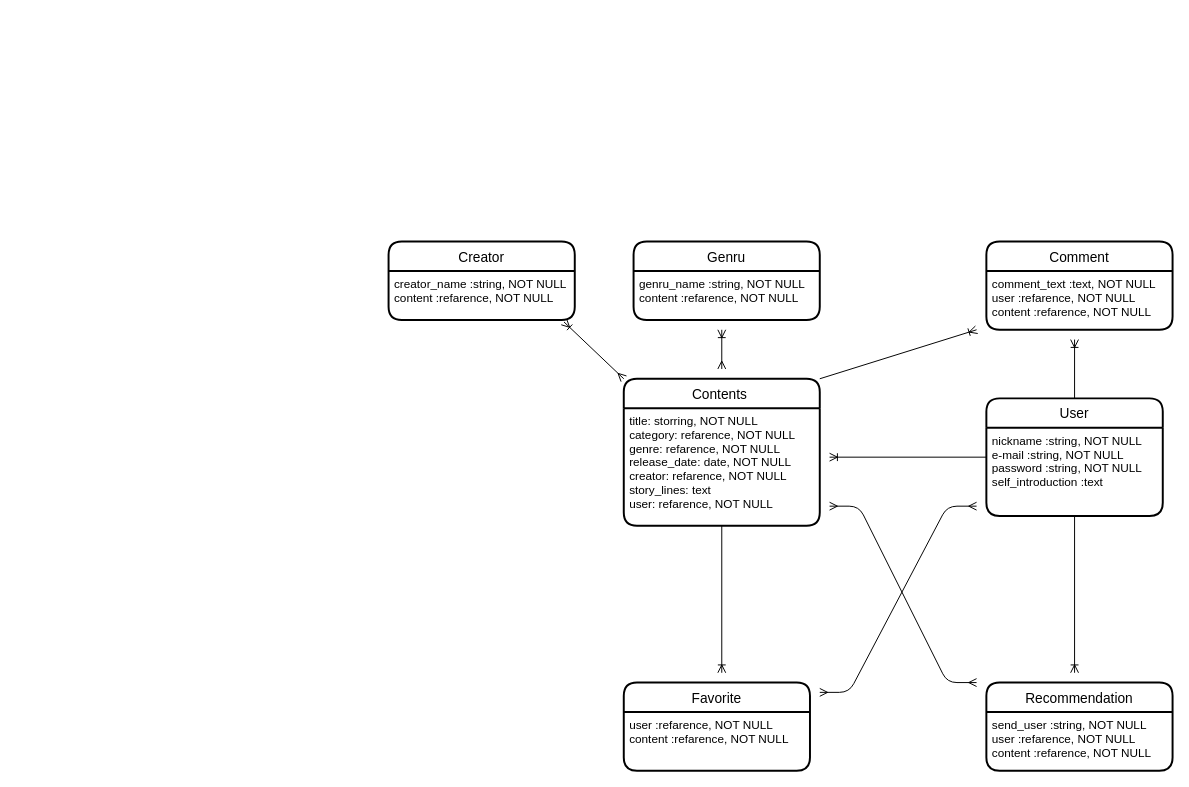
This is otone.dio from kzykH1015/otone-app-38139, a draw.io file, before an edit. Source tidied: cells renumbered, new cells numbered last; positions are measured from the earlier drawing's top-left corner, leaving out a move shared by most shapes. Both pictures are drawn from the tidied source at 98%, with x=0, y=0 at pixel (388, 241).
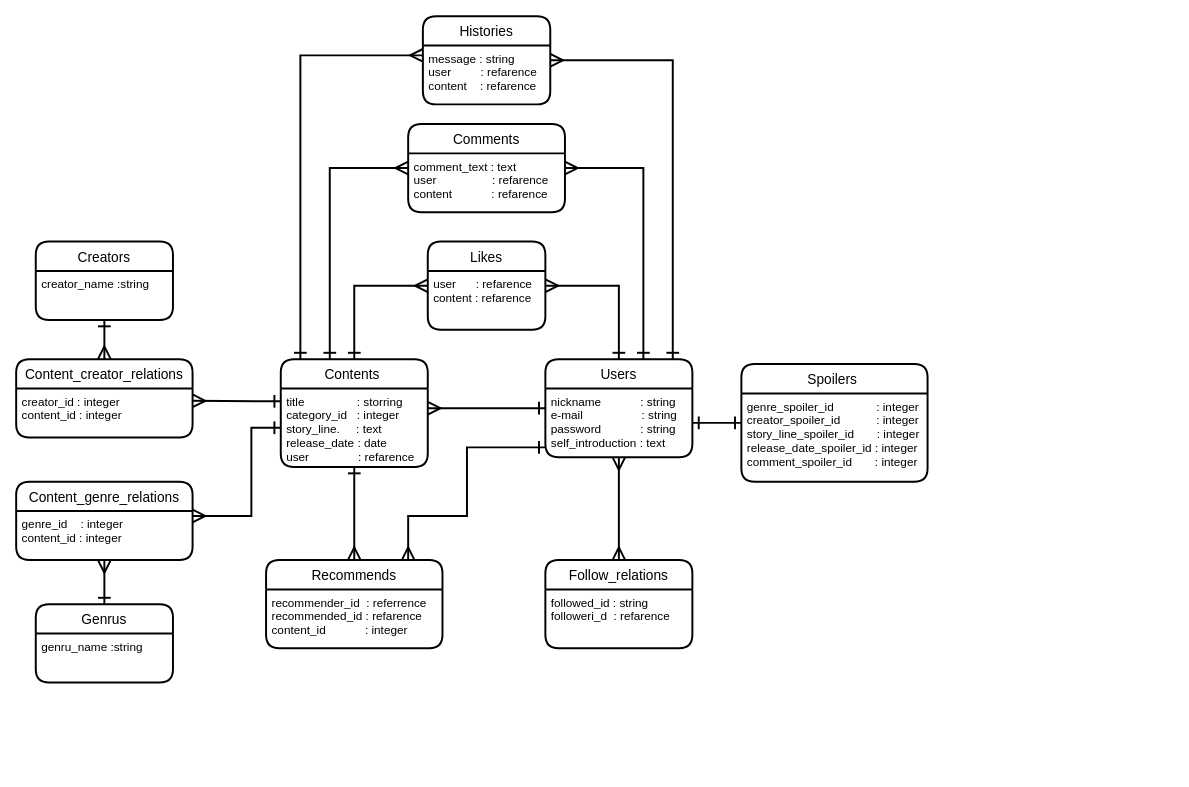
After the change.

Commit message (it also covers changes not shown here):
readme追記４、E-R図修正

Change to the diagram source:
```diff
@@
-    <mxCell id="2" style="edgeStyle=none;html=1;exitX=1;exitY=0;exitDx=0;exitDy=0;startArrow=none;startFill=0;endArrow=ERoneToMany;endFill=0;" parent="1" edge="1" source="4">
-      <mxGeometry relative="1" as="geometry">
-        <mxPoint x="600" y="90" as="targetPoint" />
-      </mxGeometry>
-    </mxCell>
-    <mxCell id="3" style="edgeStyle=none;html=1;exitX=0;exitY=0;exitDx=0;exitDy=0;entryX=0.942;entryY=1.04;entryDx=0;entryDy=0;entryPerimeter=0;startArrow=ERmany;startFill=0;endArrow=ERoneToMany;endFill=0;" parent="1" edge="1" source="4" target="15">
-      <mxGeometry relative="1" as="geometry" />
-    </mxCell>
+    <mxCell id="25" style="edgeStyle=orthogonalEdgeStyle;rounded=0;jumpStyle=none;jumpSize=35;html=1;startArrow=ERone;startFill=0;endArrow=ERone;endFill=0;startSize=10;endSize=10;strokeWidth=2;exitX=0.75;exitY=0;exitDx=0;exitDy=0;strokeColor=none;entryX=0;entryY=0.25;entryDx=0;entryDy=0;" parent="1" edge="1" source="4" target="19">
+      <mxGeometry relative="1" as="geometry" />
+    </mxCell>
+    <mxCell id="26" style="edgeStyle=orthogonalEdgeStyle;rounded=0;jumpStyle=none;jumpSize=35;html=1;entryX=0;entryY=0.25;entryDx=0;entryDy=0;startArrow=ERone;startFill=0;endArrow=ERmany;endFill=0;startSize=10;endSize=10;strokeWidth=2;" parent="1" edge="1" source="4" target="19">
+      <mxGeometry relative="1" as="geometry" />
+    </mxCell>
+    <mxCell id="27" style="edgeStyle=orthogonalEdgeStyle;rounded=0;jumpStyle=none;jumpSize=35;html=1;entryX=0;entryY=0.25;entryDx=0;entryDy=0;startArrow=ERone;startFill=0;endArrow=ERmany;endFill=0;startSize=10;endSize=10;strokeWidth=2;" parent="1" edge="1" source="4" target="11">
+      <mxGeometry relative="1" as="geometry">
+        <Array as="points">
+          <mxPoint x="-60" y="-75" />
+        </Array>
+      </mxGeometry>
+    </mxCell>
+    <mxCell id="28" style="edgeStyle=orthogonalEdgeStyle;rounded=0;jumpStyle=none;jumpSize=35;html=1;startArrow=ERone;startFill=0;endArrow=ERmany;endFill=0;startSize=10;endSize=10;strokeWidth=2;" parent="1" edge="1" source="4" target="35">
+      <mxGeometry relative="1" as="geometry">
+        <Array as="points">
+          <mxPoint x="-90" y="-190" />
+        </Array>
+      </mxGeometry>
+    </mxCell>
     <mxCell id="4" value="Contents " style="swimlane;horizontal=1;startSize=30;rounded=1;fontSize=14;fontStyle=0;strokeWidth=2;shadow=0;dashed=0;align=center;" parent="1" vertex="1">
-      <mxGeometry x="240" y="140" width="200" height="150" as="geometry" />
+      <mxGeometry x="-110" y="120" width="150" height="110" as="geometry" />
     </mxCell>
-    <mxCell id="5" value="title: storring, NOT NULL&#10;category: refarence, NOT NULL&#10;genre: refarence, NOT NULL&#10;release_date: date, NOT NULL&#10;creator: refarence, NOT NULL&#10;story_lines: text &#10;user: refarence, NOT NULL" style="align=left;strokeColor=none;fillColor=none;spacingLeft=4;fontSize=12;verticalAlign=top;" parent="4" vertex="1">
-      <mxGeometry y="30" width="200" height="120" as="geometry" />
+    <mxCell id="5" value="title                : storring&#10;category_id   : integer&#10;story_line.     : text&#10;release_date : date&#10;user               : refarence" style="align=left;strokeColor=none;fillColor=none;spacingLeft=4;fontSize=12;verticalAlign=top;" parent="4" vertex="1">
+      <mxGeometry y="30" width="150" height="80" as="geometry" />
     </mxCell>
-    <mxCell id="6" style="html=1;endArrow=ERoneToMany;endFill=0;" parent="1" edge="1" source="8">
-      <mxGeometry relative="1" as="geometry">
-        <mxPoint x="450" y="220" as="targetPoint" />
-      </mxGeometry>
-    </mxCell>
-    <mxCell id="7" style="edgeStyle=none;html=1;startArrow=none;startFill=0;endArrow=ERoneToMany;endFill=0;" parent="1" edge="1" source="8">
-      <mxGeometry relative="1" as="geometry">
-        <mxPoint x="700" y="100" as="targetPoint" />
-      </mxGeometry>
-    </mxCell>
+    <mxCell id="29" style="html=1;strokeWidth=2;startArrow=ERone;startFill=0;endArrow=ERmany;endFill=0;rounded=0;jumpSize=35;jumpStyle=none;endSize=10;startSize=10;" parent="1" edge="1" source="8" target="4">
+      <mxGeometry relative="1" as="geometry">
+        <Array as="points">
+          <mxPoint x="40" y="170" />
+        </Array>
+      </mxGeometry>
+    </mxCell>
+    <mxCell id="30" style="edgeStyle=orthogonalEdgeStyle;rounded=0;jumpStyle=none;jumpSize=35;html=1;entryX=1;entryY=0.25;entryDx=0;entryDy=0;startArrow=ERone;startFill=0;endArrow=ERmany;endFill=0;startSize=10;endSize=10;strokeWidth=2;" parent="1" edge="1" source="8" target="19">
+      <mxGeometry relative="1" as="geometry" />
+    </mxCell>
+    <mxCell id="31" style="edgeStyle=orthogonalEdgeStyle;rounded=0;jumpStyle=none;jumpSize=35;html=1;entryX=1;entryY=0.25;entryDx=0;entryDy=0;startArrow=ERone;startFill=0;endArrow=ERmany;endFill=0;startSize=10;endSize=10;strokeWidth=2;" parent="1" edge="1" source="8" target="11">
+      <mxGeometry relative="1" as="geometry">
+        <Array as="points">
+          <mxPoint x="260" y="-75" />
+        </Array>
+      </mxGeometry>
+    </mxCell>
+    <mxCell id="32" style="edgeStyle=orthogonalEdgeStyle;rounded=0;jumpStyle=none;jumpSize=35;html=1;entryX=1;entryY=0.25;entryDx=0;entryDy=0;startArrow=ERone;startFill=0;endArrow=ERmany;endFill=0;startSize=10;endSize=10;strokeWidth=2;" parent="1" edge="1" source="8" target="36">
+      <mxGeometry relative="1" as="geometry">
+        <Array as="points">
+          <mxPoint x="290" y="-185" />
+        </Array>
+      </mxGeometry>
+    </mxCell>
-    <mxCell id="8" value="User" style="swimlane;horizontal=1;startSize=30;rounded=1;fontSize=14;fontStyle=0;strokeWidth=2;shadow=0;dashed=0;align=center;" parent="1" vertex="1">
-      <mxGeometry x="610" y="160" width="180" height="120" as="geometry" />
+    <mxCell id="8" value="Users" style="swimlane;horizontal=1;startSize=30;rounded=1;fontSize=14;fontStyle=0;strokeWidth=2;shadow=0;dashed=0;align=center;" parent="1" vertex="1">
+      <mxGeometry x="160" y="120" width="150" height="100" as="geometry" />
     </mxCell>
-    <mxCell id="9" value="nickname :string, NOT NULL&#10;e-mail :string, NOT NULL&#10;password :string, NOT NULL&#10;self_introduction :text" style="align=left;strokeColor=none;fillColor=none;spacingLeft=4;fontSize=12;verticalAlign=top;" parent="8" vertex="1">
-      <mxGeometry y="30" width="180" height="90" as="geometry" />
+    <mxCell id="9" value="nickname            : string&#10;e-mail                  : string&#10;password            : string&#10;self_introduction : text" style="align=left;strokeColor=none;fillColor=none;spacingLeft=4;fontSize=12;verticalAlign=top;" parent="8" vertex="1">
+      <mxGeometry y="30" width="150" height="70" as="geometry" />
     </mxCell>
-    <mxCell id="10" value="Comment" style="swimlane;horizontal=1;startSize=30;rounded=1;fontSize=14;fontStyle=0;strokeWidth=2;shadow=0;dashed=0;align=center;" parent="1" vertex="1">
-      <mxGeometry x="610" width="190" height="90" as="geometry" />
+    <mxCell id="10" value="Comments" style="swimlane;horizontal=1;startSize=30;rounded=1;fontSize=14;fontStyle=0;strokeWidth=2;shadow=0;dashed=0;align=center;" parent="1" vertex="1">
+      <mxGeometry x="20" y="-120" width="160" height="90" as="geometry" />
     </mxCell>
-    <mxCell id="11" value="comment_text :text, NOT NULL&#10;user :refarence, NOT NULL&#10;content :refarence, NOT NULL" style="align=left;strokeColor=none;fillColor=none;spacingLeft=4;fontSize=12;verticalAlign=top;" parent="10" vertex="1">
-      <mxGeometry y="30" width="190" height="60" as="geometry" />
+    <mxCell id="11" value="comment_text : text&#10;user                 : refarence&#10;content            : refarence" style="align=left;strokeColor=none;fillColor=none;spacingLeft=4;fontSize=12;verticalAlign=top;" parent="10" vertex="1">
+      <mxGeometry y="30" width="160" height="60" as="geometry" />
     </mxCell>
-    <mxCell id="12" value="Genru" style="swimlane;horizontal=1;startSize=30;rounded=1;fontSize=14;fontStyle=0;strokeWidth=2;shadow=0;dashed=0;align=center;" parent="1" vertex="1">
-      <mxGeometry x="250" width="190" height="80" as="geometry" />
+    <mxCell id="12" value="Genrus" style="swimlane;horizontal=1;startSize=30;rounded=1;fontSize=14;fontStyle=0;strokeWidth=2;shadow=0;dashed=0;align=center;" parent="1" vertex="1">
+      <mxGeometry x="-360" y="370" width="140" height="80" as="geometry" />
     </mxCell>
-    <mxCell id="13" value="genru_name :string, NOT NULL&#10;content :refarence, NOT NULL" style="align=left;strokeColor=none;fillColor=none;spacingLeft=4;fontSize=12;verticalAlign=top;" parent="12" vertex="1">
-      <mxGeometry y="30" width="190" height="50" as="geometry" />
+    <mxCell id="13" value="genru_name :string" style="align=left;strokeColor=none;fillColor=none;spacingLeft=4;fontSize=12;verticalAlign=top;" parent="12" vertex="1">
+      <mxGeometry y="30" width="140" height="50" as="geometry" />
     </mxCell>
-    <mxCell id="14" value="Creator" style="swimlane;horizontal=1;startSize=30;rounded=1;fontSize=14;fontStyle=0;strokeWidth=2;shadow=0;dashed=0;align=center;" parent="1" vertex="1">
-      <mxGeometry width="190" height="80" as="geometry" />
+    <mxCell id="14" value="Creators" style="swimlane;horizontal=1;startSize=30;rounded=1;fontSize=14;fontStyle=0;strokeWidth=2;shadow=0;dashed=0;align=center;" parent="1" vertex="1">
+      <mxGeometry x="-360" width="140" height="80" as="geometry" />
     </mxCell>
-    <mxCell id="15" value="creator_name :string, NOT NULL&#10;content :refarence, NOT NULL" style="align=left;strokeColor=none;fillColor=none;spacingLeft=4;fontSize=12;verticalAlign=top;" parent="14" vertex="1">
-      <mxGeometry y="30" width="190" height="50" as="geometry" />
+    <mxCell id="15" value="creator_name :string&#10;" style="align=left;strokeColor=none;fillColor=none;spacingLeft=4;fontSize=12;verticalAlign=top;" parent="14" vertex="1">
+      <mxGeometry y="30" width="140" height="50" as="geometry" />
     </mxCell>
-    <mxCell id="16" value="Recommendation" style="swimlane;horizontal=1;startSize=30;rounded=1;fontSize=14;fontStyle=0;strokeWidth=2;shadow=0;dashed=0;align=center;" parent="1" vertex="1">
-      <mxGeometry x="610" y="450" width="190" height="90" as="geometry" />
+    <mxCell id="16" value="Recommends" style="swimlane;horizontal=1;startSize=30;rounded=1;fontSize=14;fontStyle=0;strokeWidth=2;shadow=0;dashed=0;align=center;" parent="1" vertex="1">
+      <mxGeometry x="-125" y="325" width="180" height="90" as="geometry" />
     </mxCell>
-    <mxCell id="17" value="send_user :string, NOT NULL&#10;user :refarence, NOT NULL&#10;content :refarence, NOT NULL" style="align=left;strokeColor=none;fillColor=none;spacingLeft=4;fontSize=12;verticalAlign=top;" parent="16" vertex="1">
-      <mxGeometry y="30" width="190" height="60" as="geometry" />
+    <mxCell id="17" value="recommender_id  : referrence&#10;recommended_id : refarence&#10;content_id            : integer" style="align=left;strokeColor=none;fillColor=none;spacingLeft=4;fontSize=12;verticalAlign=top;" parent="16" vertex="1">
+      <mxGeometry y="30" width="180" height="60" as="geometry" />
     </mxCell>
-    <mxCell id="18" value="Favorite" style="swimlane;horizontal=1;startSize=30;rounded=1;fontSize=14;fontStyle=0;strokeWidth=2;shadow=0;dashed=0;align=center;" parent="1" vertex="1">
-      <mxGeometry x="240" y="450" width="190" height="90" as="geometry" />
+    <mxCell id="18" value="Likes" style="swimlane;horizontal=1;startSize=30;rounded=1;fontSize=14;fontStyle=0;strokeWidth=2;shadow=0;dashed=0;align=center;" parent="1" vertex="1">
+      <mxGeometry x="40" width="120" height="90" as="geometry" />
     </mxCell>
-    <mxCell id="19" value="user :refarence, NOT NULL&#10;content :refarence, NOT NULL" style="align=left;strokeColor=none;fillColor=none;spacingLeft=4;fontSize=12;verticalAlign=top;" parent="18" vertex="1">
-      <mxGeometry y="30" width="190" height="60" as="geometry" />
+    <mxCell id="19" value="user      : refarence&#10;content : refarence" style="align=left;strokeColor=none;fillColor=none;spacingLeft=4;fontSize=12;verticalAlign=top;" parent="18" vertex="1">
+      <mxGeometry y="30" width="120" height="60" as="geometry" />
     </mxCell>
-    <mxCell id="20" style="edgeStyle=entityRelationEdgeStyle;fontSize=12;html=1;endArrow=ERmany;startArrow=ERmany;" parent="1" edge="1">
-      <mxGeometry relative="1" as="geometry">
-        <mxPoint x="450" y="270" as="sourcePoint" />
-        <mxPoint x="600" y="450" as="targetPoint" />
-      </mxGeometry>
-    </mxCell>
-    <mxCell id="21" style="edgeStyle=entityRelationEdgeStyle;fontSize=12;html=1;endArrow=ERmany;startArrow=ERmany;" parent="1" edge="1">
-      <mxGeometry relative="1" as="geometry">
-        <mxPoint x="440" y="460" as="sourcePoint" />
-        <mxPoint x="600" y="270" as="targetPoint" />
-      </mxGeometry>
-    </mxCell>
-    <mxCell id="22" style="edgeStyle=none;html=1;startArrow=none;startFill=0;endArrow=ERoneToMany;endFill=0;" parent="1" edge="1" source="5">
-      <mxGeometry relative="1" as="geometry">
-        <mxPoint x="340" y="440" as="targetPoint" />
-      </mxGeometry>
-    </mxCell>
-    <mxCell id="23" style="edgeStyle=none;html=1;startArrow=none;startFill=0;endArrow=ERoneToMany;endFill=0;" parent="1" edge="1" source="9">
-      <mxGeometry relative="1" as="geometry">
-        <mxPoint x="700" y="440" as="targetPoint" />
-      </mxGeometry>
-    </mxCell>
-    <mxCell id="24" style="edgeStyle=none;html=1;startArrow=ERmany;startFill=0;endArrow=ERoneToMany;endFill=0;" parent="1" edge="1">
-      <mxGeometry relative="1" as="geometry">
-        <mxPoint x="340" y="130" as="sourcePoint" />
-        <mxPoint x="340" y="90" as="targetPoint" />
-      </mxGeometry>
-    </mxCell>
+    <mxCell id="33" value="Follow_relations" style="swimlane;horizontal=1;startSize=30;rounded=1;fontSize=14;fontStyle=0;strokeWidth=2;shadow=0;dashed=0;align=center;" parent="1" vertex="1">
+      <mxGeometry x="160" y="325" width="150" height="90" as="geometry" />
+    </mxCell>
+    <mxCell id="34" value="followed_id : string&#10;followeri_d  : refarence" style="align=left;strokeColor=none;fillColor=none;spacingLeft=4;fontSize=12;verticalAlign=top;" parent="33" vertex="1">
+      <mxGeometry y="30" width="150" height="60" as="geometry" />
+    </mxCell>
+    <mxCell id="35" value="Histories" style="swimlane;horizontal=1;startSize=30;rounded=1;fontSize=14;fontStyle=0;strokeWidth=2;shadow=0;dashed=0;align=center;" parent="1" vertex="1">
+      <mxGeometry x="35" y="-230" width="130" height="90" as="geometry" />
+    </mxCell>
+    <mxCell id="36" value="message : string&#10;user         : refarence&#10;content    : refarence" style="align=left;strokeColor=none;fillColor=none;spacingLeft=4;fontSize=12;verticalAlign=top;" parent="35" vertex="1">
+      <mxGeometry y="30" width="130" height="60" as="geometry" />
+    </mxCell>
+    <mxCell id="37" value="Spoilers " style="swimlane;horizontal=1;startSize=30;rounded=1;fontSize=14;fontStyle=0;strokeWidth=2;shadow=0;dashed=0;align=center;" parent="1" vertex="1">
+      <mxGeometry x="360" y="125" width="190" height="120" as="geometry" />
+    </mxCell>
+    <mxCell id="38" value="genre_spoiler_id             : integer&#10;creator_spoiler_id           : integer&#10;story_line_spoiler_id       : integer&#10;release_date_spoiler_id : integer&#10;comment_spoiler_id       : integer" style="align=left;strokeColor=none;fillColor=none;spacingLeft=4;fontSize=12;verticalAlign=top;" parent="37" vertex="1">
+      <mxGeometry y="30" width="190" height="90" as="geometry" />
+    </mxCell>
+    <mxCell id="39" style="edgeStyle=none;rounded=0;jumpStyle=none;jumpSize=35;html=1;startArrow=ERone;startFill=0;endArrow=ERone;endFill=0;startSize=10;endSize=10;strokeWidth=2;" parent="1" edge="1" source="9" target="37">
+      <mxGeometry relative="1" as="geometry" />
+    </mxCell>
+    <mxCell id="40" value="Content_creator_relations" style="swimlane;horizontal=1;startSize=30;rounded=1;fontSize=14;fontStyle=0;strokeWidth=2;shadow=0;dashed=0;align=center;" parent="1" vertex="1">
+      <mxGeometry x="-380" y="120" width="180" height="80" as="geometry" />
+    </mxCell>
+    <mxCell id="41" value="creator_id : integer&#10;content_id : integer&#10;" style="align=left;strokeColor=none;fillColor=none;spacingLeft=4;fontSize=12;verticalAlign=top;" parent="40" vertex="1">
+      <mxGeometry y="30" width="180" height="50" as="geometry" />
+    </mxCell>
+    <mxCell id="42" value="Content_genre_relations" style="swimlane;horizontal=1;startSize=30;rounded=1;fontSize=14;fontStyle=0;strokeWidth=2;shadow=0;dashed=0;align=center;" parent="1" vertex="1">
+      <mxGeometry x="-380" y="245" width="180" height="80" as="geometry" />
+    </mxCell>
+    <mxCell id="43" value="genre_id    : integer&#10;content_id : integer&#10;" style="align=left;strokeColor=none;fillColor=none;spacingLeft=4;fontSize=12;verticalAlign=top;" parent="42" vertex="1">
+      <mxGeometry y="30" width="180" height="50" as="geometry" />
+    </mxCell>
+    <mxCell id="44" style="edgeStyle=orthogonalEdgeStyle;rounded=0;jumpStyle=none;jumpSize=35;html=1;entryX=1;entryY=0.25;entryDx=0;entryDy=0;startArrow=ERone;startFill=0;endArrow=ERmany;endFill=0;startSize=10;endSize=10;strokeWidth=2;" parent="1" edge="1" source="5" target="41">
+      <mxGeometry relative="1" as="geometry">
+        <Array as="points">
+          <mxPoint x="-130" y="163" />
+          <mxPoint x="-130" y="163" />
+        </Array>
+      </mxGeometry>
+    </mxCell>
+    <mxCell id="45" style="edgeStyle=orthogonalEdgeStyle;rounded=0;jumpStyle=none;jumpSize=35;html=1;startArrow=ERone;startFill=0;endArrow=ERmany;endFill=0;startSize=10;endSize=10;strokeWidth=2;" parent="1" edge="1" source="15" target="40">
+      <mxGeometry relative="1" as="geometry">
+        <Array as="points">
+          <mxPoint x="-290" y="110" />
+          <mxPoint x="-290" y="110" />
+        </Array>
+      </mxGeometry>
+    </mxCell>
+    <mxCell id="46" style="edgeStyle=orthogonalEdgeStyle;rounded=0;jumpStyle=none;jumpSize=35;html=1;startArrow=ERone;startFill=0;endArrow=ERmany;endFill=0;startSize=10;endSize=10;strokeWidth=2;" parent="1" edge="1" target="43">
+      <mxGeometry relative="1" as="geometry">
+        <mxPoint x="-290" y="370" as="sourcePoint" />
+        <Array as="points">
+          <mxPoint x="-290" y="350" />
+          <mxPoint x="-290" y="350" />
+        </Array>
+      </mxGeometry>
+    </mxCell>
+    <mxCell id="47" style="edgeStyle=orthogonalEdgeStyle;rounded=0;jumpStyle=none;jumpSize=35;html=1;startArrow=ERone;startFill=0;endArrow=ERmany;endFill=0;startSize=10;endSize=10;strokeWidth=2;" parent="1" edge="1" source="5" target="42">
+      <mxGeometry relative="1" as="geometry">
+        <Array as="points">
+          <mxPoint x="-140" y="190" />
+          <mxPoint x="-140" y="280" />
+        </Array>
+      </mxGeometry>
+    </mxCell>
+    <mxCell id="48" style="edgeStyle=orthogonalEdgeStyle;rounded=0;jumpStyle=none;jumpSize=35;html=1;entryX=0.5;entryY=0;entryDx=0;entryDy=0;startArrow=ERone;startFill=0;endArrow=ERmany;endFill=0;startSize=10;endSize=10;strokeWidth=2;" parent="1" edge="1" source="5" target="16">
+      <mxGeometry relative="1" as="geometry" />
+    </mxCell>
+    <mxCell id="49" style="edgeStyle=orthogonalEdgeStyle;rounded=0;jumpStyle=none;jumpSize=35;html=1;startArrow=ERone;startFill=0;endArrow=ERmany;endFill=0;startSize=10;endSize=10;strokeWidth=2;" parent="1" edge="1" source="9" target="16">
+      <mxGeometry relative="1" as="geometry">
+        <Array as="points">
+          <mxPoint x="80" y="210" />
+          <mxPoint x="80" y="280" />
+          <mxPoint x="20" y="280" />
+        </Array>
+      </mxGeometry>
+    </mxCell>
+    <mxCell id="50" style="edgeStyle=orthogonalEdgeStyle;rounded=0;jumpStyle=none;jumpSize=35;html=1;entryX=0.5;entryY=0;entryDx=0;entryDy=0;startArrow=ERmany;startFill=0;endArrow=ERmany;endFill=0;startSize=10;endSize=10;strokeWidth=2;" parent="1" edge="1" source="9" target="33">
+      <mxGeometry relative="1" as="geometry" />
+    </mxCell>
```
